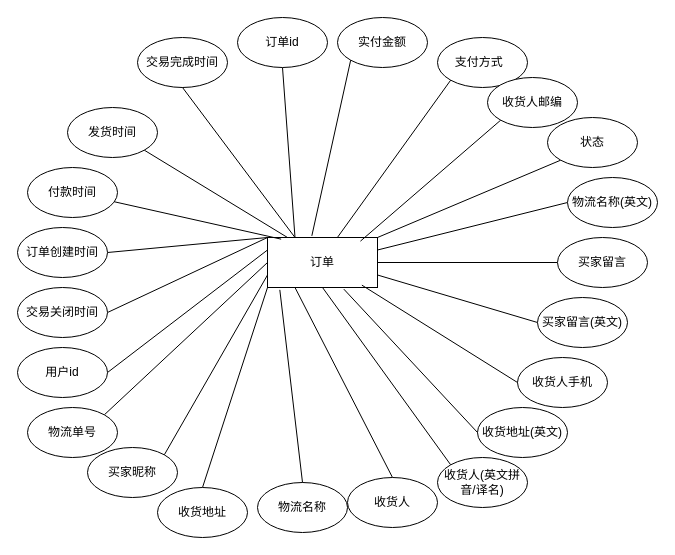
194568/test1 keeps this draw.io diagram as page "订单" (11 of 22) of ER.drawio. Above is the earlier version. Source tidied: cells renumbered, new cells numbered last; positions are measured from the earlier drawing's top-left corner, leaving out a move shared by most shapes. Both pictures are drawn from the tidied source at 100%, with x=0, y=0 at pixel (17, 17).
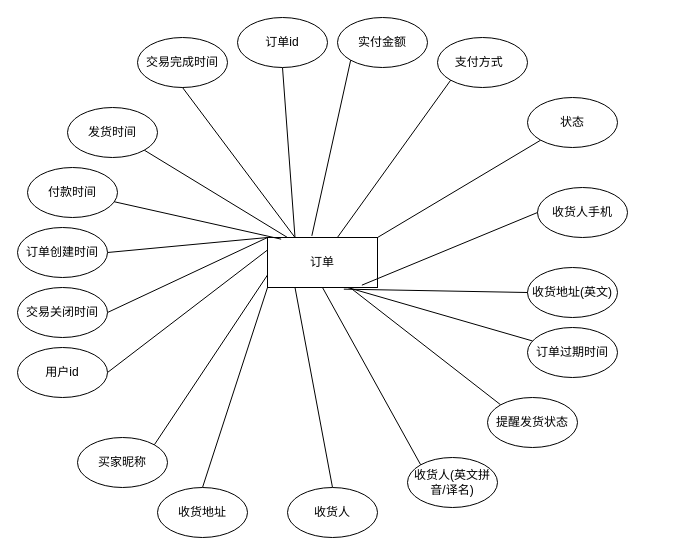
The same page after the edit.

The change refers to these unchanged cells:
```xml
<mxCell id="2" value="订单" style="rounded=0;whiteSpace=wrap;html=1;" parent="1" vertex="1">
  <mxGeometry x="250" y="220" width="110" height="50" as="geometry" />
</mxCell>
```

Diff of the diagram source:
```diff
@@
+    <mxCell id="47" style="rounded=0;jettySize=auto;html=1;exitX=0.75;exitY=1;exitDx=0;exitDy=0;entryX=0;entryY=0;entryDx=0;entryDy=0;endArrow=none;endFill=0;" parent="1" edge="1" source="2" target="50">
+      <mxGeometry relative="1" as="geometry" />
+    </mxCell>
@@
     <mxCell id="9" value="状态" style="ellipse;whiteSpace=wrap;html=1;" parent="1" vertex="1">
-      <mxGeometry x="530" y="100" width="90" height="50" as="geometry" />
+      <mxGeometry x="510" y="80" width="90" height="50" as="geometry" />
     </mxCell>
@@
-    <mxCell id="16" value="物流名称" style="ellipse;whiteSpace=wrap;html=1;" parent="1" vertex="1">
-      <mxGeometry x="240" y="465" width="90" height="50" as="geometry" />
-    </mxCell>
-    <mxCell id="17" style="rounded=0;jettySize=auto;html=1;exitX=0;exitY=0.5;exitDx=0;exitDy=0;entryX=1;entryY=0.25;entryDx=0;entryDy=0;endArrow=none;endFill=0;" parent="1" edge="1" source="18" target="2">
-      <mxGeometry relative="1" as="geometry" />
-    </mxCell>
-    <mxCell id="18" value="物流名称(英文)" style="ellipse;whiteSpace=wrap;html=1;" parent="1" vertex="1">
-      <mxGeometry x="550" y="160" width="90" height="50" as="geometry" />
-    </mxCell>
-    <mxCell id="19" style="rounded=0;jettySize=auto;html=1;exitX=1;exitY=0;exitDx=0;exitDy=0;entryX=0;entryY=0.5;entryDx=0;entryDy=0;endArrow=none;endFill=0;" parent="1" edge="1" source="20" target="2">
-      <mxGeometry relative="1" as="geometry" />
-    </mxCell>
-    <mxCell id="20" value="物流单号" style="ellipse;whiteSpace=wrap;html=1;" parent="1" vertex="1">
-      <mxGeometry x="10" y="390" width="90" height="50" as="geometry" />
-    </mxCell>
@@
-    <mxCell id="23" style="rounded=0;jettySize=auto;html=1;exitX=0;exitY=0.5;exitDx=0;exitDy=0;entryX=1;entryY=0.5;entryDx=0;entryDy=0;endArrow=none;endFill=0;" parent="1" edge="1" source="24" target="2">
-      <mxGeometry relative="1" as="geometry" />
-    </mxCell>
-    <mxCell id="24" value="买家留言" style="ellipse;whiteSpace=wrap;html=1;" parent="1" vertex="1">
-      <mxGeometry x="540" y="220" width="90" height="50" as="geometry" />
-    </mxCell>
-    <mxCell id="25" style="rounded=0;jettySize=auto;html=1;exitX=0;exitY=0.5;exitDx=0;exitDy=0;entryX=1;entryY=0.75;entryDx=0;entryDy=0;endArrow=none;endFill=0;" parent="1" edge="1" source="26" target="2">
-      <mxGeometry relative="1" as="geometry" />
-    </mxCell>
-    <mxCell id="26" value="买家留言(英文)" style="ellipse;whiteSpace=wrap;html=1;" parent="1" vertex="1">
-      <mxGeometry x="520" y="280" width="90" height="50" as="geometry" />
-    </mxCell>
@@
     <mxCell id="28" value="买家昵称" style="ellipse;whiteSpace=wrap;html=1;" parent="1" vertex="1">
-      <mxGeometry x="70" y="430" width="90" height="50" as="geometry" />
+      <mxGeometry x="60" y="420" width="90" height="50" as="geometry" />
     </mxCell>
@@
     <mxCell id="31" value="收货地址(英文)" style="ellipse;whiteSpace=wrap;html=1;" parent="1" vertex="1">
-      <mxGeometry x="460" y="390" width="90" height="50" as="geometry" />
+      <mxGeometry x="510" y="250" width="90" height="50" as="geometry" />
     </mxCell>
     <mxCell id="32" value="收货人手机" style="ellipse;whiteSpace=wrap;html=1;" parent="1" vertex="1">
-      <mxGeometry x="500" y="340" width="90" height="50" as="geometry" />
+      <mxGeometry x="520" y="170" width="90" height="50" as="geometry" />
     </mxCell>
-    <mxCell id="33" value="收货人邮编" style="ellipse;whiteSpace=wrap;html=1;" parent="1" vertex="1">
-      <mxGeometry x="470" y="60" width="90" height="50" as="geometry" />
-    </mxCell>
@@
     <mxCell id="35" value="收货人" style="ellipse;whiteSpace=wrap;html=1;" parent="1" vertex="1">
-      <mxGeometry x="330" y="460" width="90" height="50" as="geometry" />
+      <mxGeometry x="270" y="470" width="90" height="50" as="geometry" />
     </mxCell>
@@
     <mxCell id="37" value="收货人(英文拼音/译名)" style="ellipse;whiteSpace=wrap;html=1;" parent="1" vertex="1">
-      <mxGeometry x="420" y="440" width="90" height="50" as="geometry" />
+      <mxGeometry x="390" y="440" width="90" height="50" as="geometry" />
     </mxCell>
@@
-    <mxCell id="41" style="rounded=0;jettySize=auto;html=1;exitX=0;exitY=1;exitDx=0;exitDy=0;entryX=0.845;entryY=0.073;entryDx=0;entryDy=0;entryPerimeter=0;endArrow=none;endFill=0;" parent="1" edge="1" source="33" target="2">
-      <mxGeometry relative="1" as="geometry" />
-    </mxCell>
@@
-    <mxCell id="44" style="rounded=0;jettySize=auto;html=1;exitX=0.5;exitY=0;exitDx=0;exitDy=0;entryX=0.112;entryY=1.047;entryDx=0;entryDy=0;entryPerimeter=0;endArrow=none;endFill=0;" parent="1" edge="1" source="16" target="2">
-      <mxGeometry relative="1" as="geometry" />
-    </mxCell>
@@
+    <mxCell id="48" style="rounded=0;jettySize=auto;html=1;endArrow=none;endFill=0;" parent="1" edge="1" source="49">
+      <mxGeometry relative="1" as="geometry">
+        <mxPoint x="330" y="270" as="targetPoint" />
+      </mxGeometry>
+    </mxCell>
+    <mxCell id="49" value="订单过期时间" style="ellipse;whiteSpace=wrap;html=1;" parent="1" vertex="1">
+      <mxGeometry x="510" y="310" width="90" height="50" as="geometry" />
+    </mxCell>
+    <mxCell id="50" value="提醒发货状态" style="ellipse;whiteSpace=wrap;html=1;" parent="1" vertex="1">
+      <mxGeometry x="470" y="380" width="90" height="50" as="geometry" />
+    </mxCell>
```
